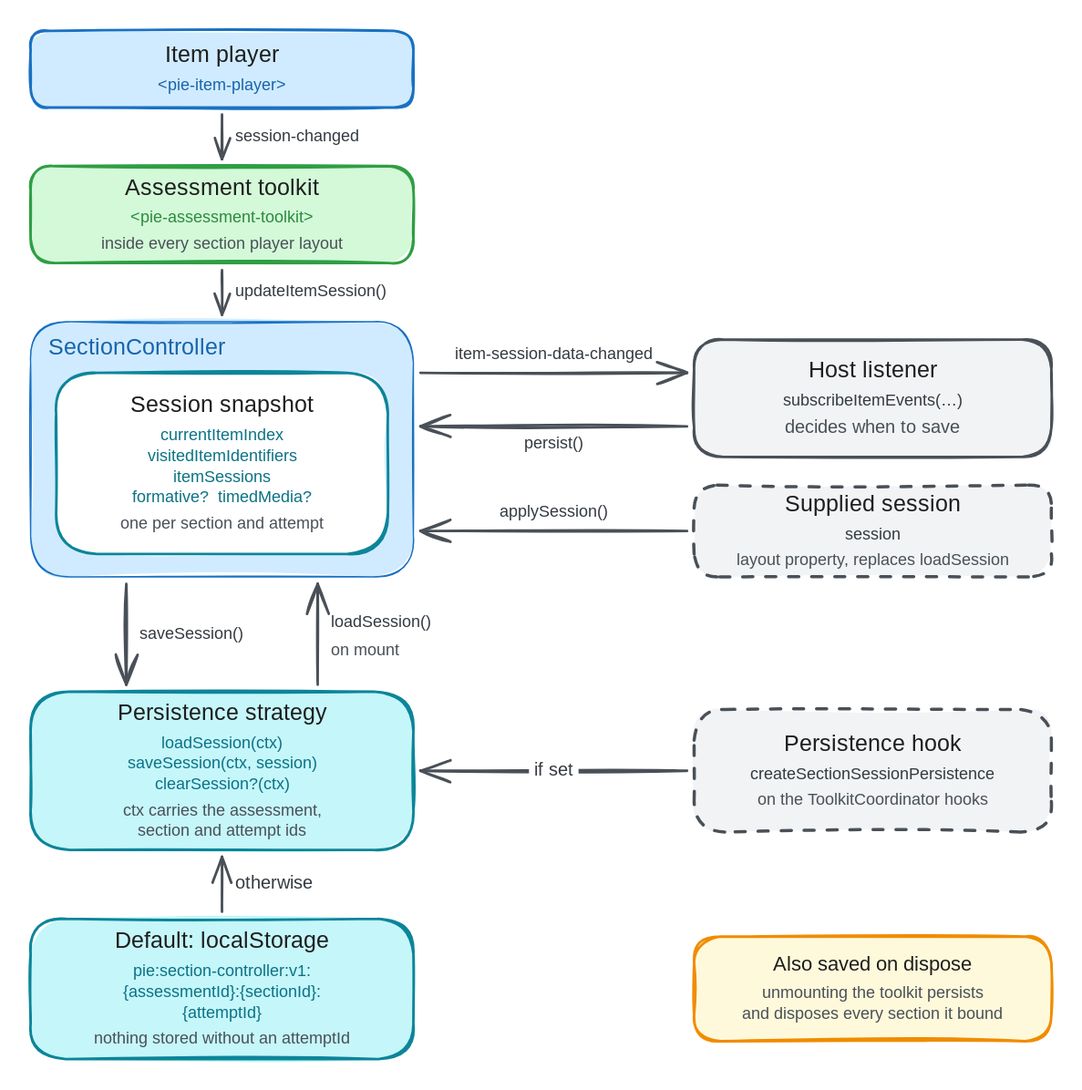
Earlier version of the Excalidraw export docs/img/section-persistence.excalidraw.svg (pie-framework/pie-players). Source tidied: one line per element, renumbered; positions are measured from the earlier drawing's top-left corner, leaving out a move shared by most shapes.
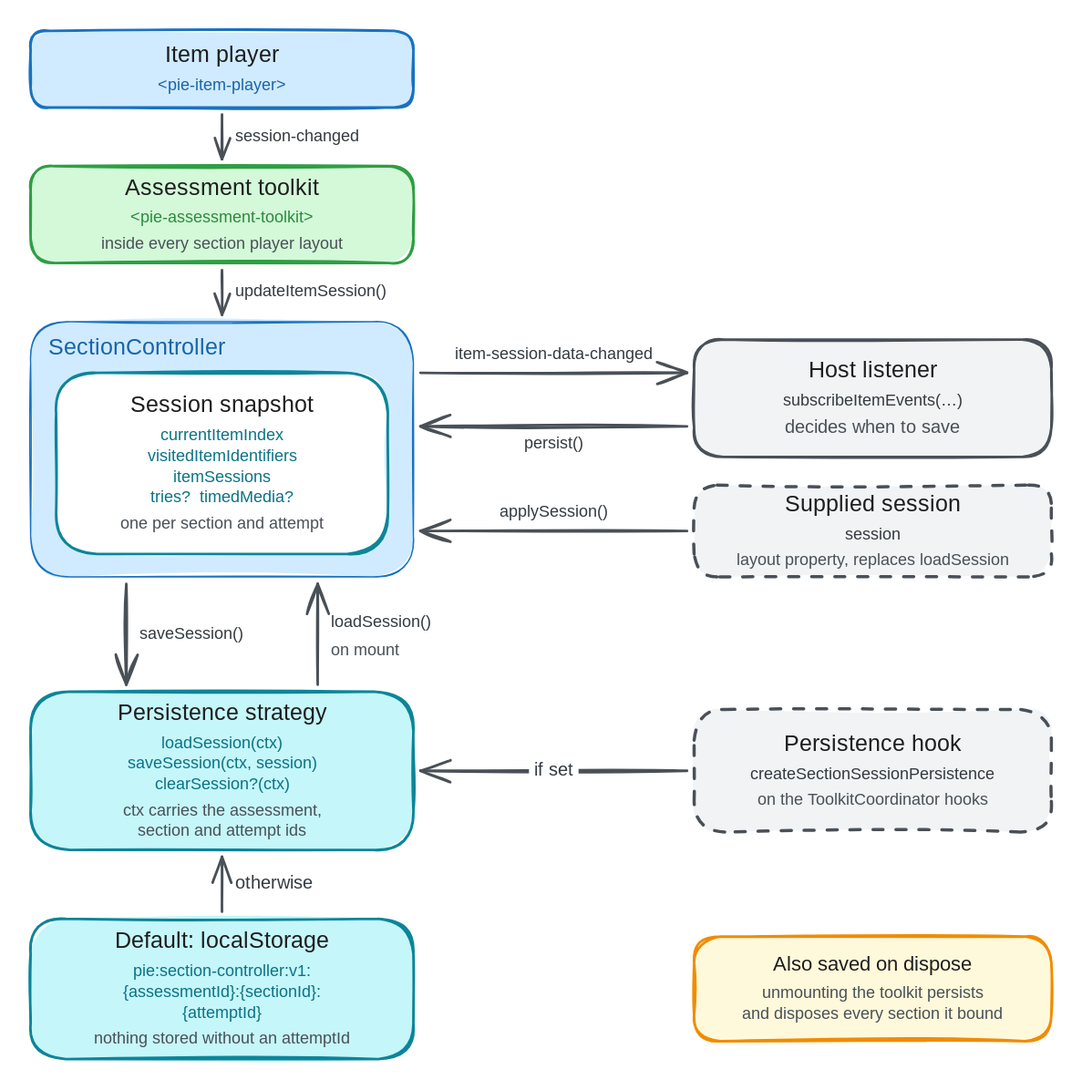
Above is the later version.

What changed in the source:
```diff
@@ -9,7 +9,7 @@
 {"id": 8, "type": "text", "text": "inside every section player layout", "strokeColor": "#495057", "strokeWidth": 2, "roughness": 1, "fontSize": 13, "fontFamily": 5, "textAlign": "center", "x": 45, "y": 159, "width": 211, "height": 16}
 {"id": 9, "type": "rectangle", "strokeColor": "#0c8599", "backgroundColor": "#ffffff", "fillStyle": "solid", "strokeWidth": 2, "roughness": 1, "round": true, "x": 20, "y": 268, "width": 260, "height": 142}
 {"id": 10, "type": "text", "text": "Session snapshot", "strokeColor": "#1e1e1e", "strokeWidth": 2, "roughness": 1, "fontSize": 18, "fontFamily": 5, "textAlign": "center", "x": 74, "y": 283, "width": 152, "height": 22}
-{"id": 11, "type": "text", "text": "currentItemIndex\nvisitedItemIdentifiers\nitemSessions\nformative?  timedMedia?", "strokeColor": "#0b7285", "strokeWidth": 2, "roughness": 1, "fontSize": 13, "fontFamily": 8, "textAlign": "center", "x": 68, "y": 310, "width": 164, "height": 65}
+{"id": 11, "type": "text", "text": "currentItemIndex\nvisitedItemIdentifiers\nitemSessions\ntries?  timedMedia?", "strokeColor": "#0b7285", "strokeWidth": 2, "roughness": 1, "fontSize": 13, "fontFamily": 8, "textAlign": "center", "x": 68, "y": 310, "width": 164, "height": 65}
 {"id": 12, "type": "text", "text": "one per section and attempt", "strokeColor": "#495057", "strokeWidth": 2, "roughness": 1, "fontSize": 13, "fontFamily": 5, "textAlign": "center", "x": 59, "y": 379, "width": 181, "height": 16}
 {"id": 13, "type": "rectangle", "strokeColor": "#495057", "backgroundColor": "#f1f3f5", "fillStyle": "solid", "strokeWidth": 2, "roughness": 1, "round": true, "x": 520, "y": 242, "width": 280, "height": 92}
 {"id": 14, "type": "text", "text": "Host listener", "strokeColor": "#1e1e1e", "strokeWidth": 2, "roughness": 1, "fontSize": 18, "fontFamily": 5, "textAlign": "center", "x": 604, "y": 256, "width": 112, "height": 22}
```
